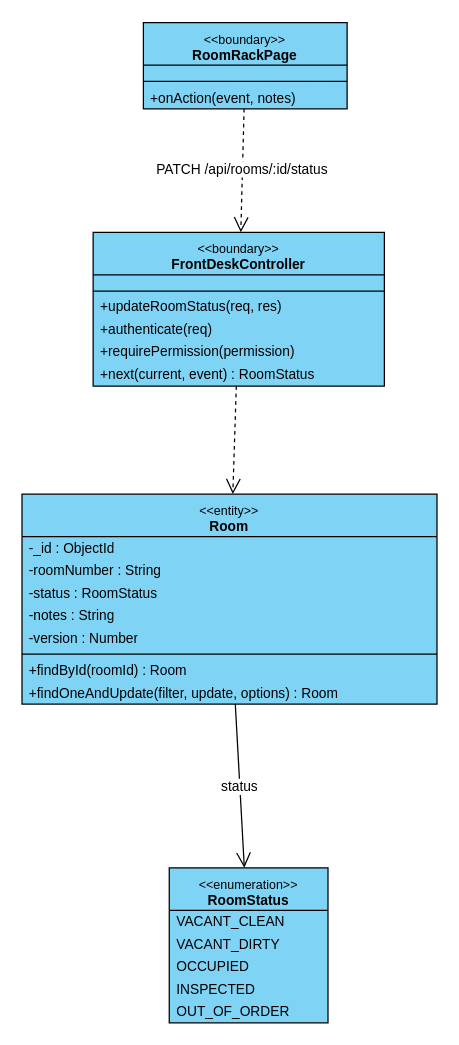
Before: final/diagrams/M1_Inventory-And-Pricing_Diagrams/class_diagrams/CD-02_UC-R13_UpdateRoomStatus.drawio in toikobi401/SWD392, a draw.io diagram. Source tidied: cells renumbered, new cells numbered last; positions are measured from the earlier drawing's top-left corner, leaving out a move shared by most shapes. Both pictures are drawn from the tidied source at 125%, with x=0, y=0 at pixel (21, 21).
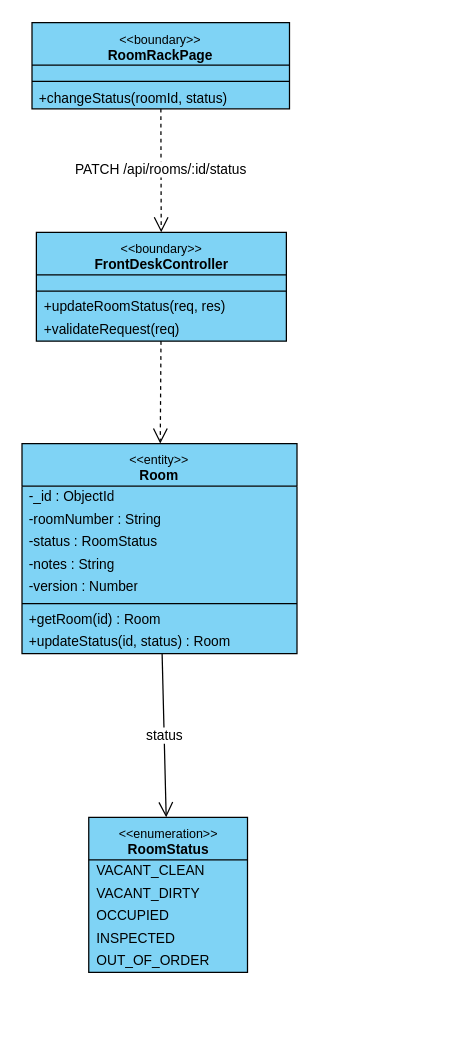
Above is the later version.

What changed in the source:
```diff
@@
     <mxCell id="2" value="&lt;font style=&quot;font-size:10px&quot;&gt;&amp;lt;&amp;lt;boundary&amp;gt;&amp;gt;&lt;/font&gt;&lt;br&gt;&lt;b&gt;RoomRackPage&lt;/b&gt;" style="swimlane;fontStyle=0;align=center;verticalAlign=top;horizontal=1;startSize=34;html=1;whiteSpace=wrap;fontSize=11;fillColor=#7fd3f5;swimlaneFillColor=#7fd3f5;strokeColor=#000000;" parent="1" vertex="1">
-      <mxGeometry x="97.2" y="0.5" width="163" height="69" as="geometry" />
+      <mxGeometry x="8.1" y="0.5" width="206" height="69" as="geometry" />
     </mxCell>
     <mxCell id="3" style="text;strokeColor=none;fillColor=none;html=1;" parent="2" vertex="1">
-      <mxGeometry y="34" width="163" height="9" as="geometry" />
+      <mxGeometry y="34" width="206" height="9" as="geometry" />
     </mxCell>
     <mxCell id="4" style="line;strokeWidth=1;fillColor=none;align=left;verticalAlign=middle;spacingTop=-1;spacingLeft=3;spacingRight=3;labelPosition=right;strokeColor=#000000;" parent="2" vertex="1">
-      <mxGeometry y="43" width="163" height="8" as="geometry" />
+      <mxGeometry y="43" width="206" height="8" as="geometry" />
     </mxCell>
-    <mxCell id="5" value="+onAction(event, notes)" style="text;strokeColor=none;fillColor=none;align=left;verticalAlign=middle;spacingLeft=4;spacingRight=4;overflow=hidden;whiteSpace=nowrap;html=1;fontSize=11;" parent="2" vertex="1">
-      <mxGeometry y="51" width="163" height="18" as="geometry" />
+    <mxCell id="5" value="+changeStatus(roomId, status)" style="text;strokeColor=none;fillColor=none;align=left;verticalAlign=middle;spacingLeft=4;spacingRight=4;overflow=hidden;whiteSpace=nowrap;html=1;fontSize=11;" parent="2" vertex="1">
+      <mxGeometry y="51" width="206" height="18" as="geometry" />
     </mxCell>
     <mxCell id="6" value="&lt;font style=&quot;font-size:10px&quot;&gt;&amp;lt;&amp;lt;boundary&amp;gt;&amp;gt;&lt;/font&gt;&lt;br&gt;&lt;b&gt;FrontDeskController&lt;/b&gt;" style="swimlane;fontStyle=0;align=center;verticalAlign=top;horizontal=1;startSize=34;html=1;whiteSpace=wrap;fontSize=11;fillColor=#7fd3f5;swimlaneFillColor=#7fd3f5;strokeColor=#000000;" parent="1" vertex="1">
-      <mxGeometry x="57" y="168.4" width="233" height="123" as="geometry" />
+      <mxGeometry x="11.6" y="168.4" width="200" height="87" as="geometry" />
     </mxCell>
     <mxCell id="7" style="text;strokeColor=none;fillColor=none;html=1;" parent="6" vertex="1">
-      <mxGeometry y="34" width="233" height="9" as="geometry" />
+      <mxGeometry y="34" width="200" height="9" as="geometry" />
     </mxCell>
     <mxCell id="8" style="line;strokeWidth=1;fillColor=none;align=left;verticalAlign=middle;spacingTop=-1;spacingLeft=3;spacingRight=3;labelPosition=right;strokeColor=#000000;" parent="6" vertex="1">
-      <mxGeometry y="43" width="233" height="8" as="geometry" />
+      <mxGeometry y="43" width="200" height="8" as="geometry" />
     </mxCell>
     <mxCell id="9" value="+updateRoomStatus(req, res)" style="text;strokeColor=none;fillColor=none;align=left;verticalAlign=middle;spacingLeft=4;spacingRight=4;overflow=hidden;whiteSpace=nowrap;html=1;fontSize=11;" parent="6" vertex="1">
-      <mxGeometry y="51" width="233" height="18" as="geometry" />
+      <mxGeometry y="51" width="200" height="18" as="geometry" />
     </mxCell>
-    <mxCell id="10" value="+authenticate(req)" style="text;strokeColor=none;fillColor=none;align=left;verticalAlign=middle;spacingLeft=4;spacingRight=4;overflow=hidden;whiteSpace=nowrap;html=1;fontSize=11;" parent="6" vertex="1">
-      <mxGeometry y="69" width="233" height="18" as="geometry" />
+    <mxCell id="10" value="+validateRequest(req)" style="text;strokeColor=none;fillColor=none;align=left;verticalAlign=middle;spacingLeft=4;spacingRight=4;overflow=hidden;whiteSpace=nowrap;html=1;fontSize=11;" parent="6" vertex="1">
+      <mxGeometry y="69" width="200" height="18" as="geometry" />
     </mxCell>
-    <mxCell id="11" value="+requirePermission(permission)" style="text;strokeColor=none;fillColor=none;align=left;verticalAlign=middle;spacingLeft=4;spacingRight=4;overflow=hidden;whiteSpace=nowrap;html=1;fontSize=11;" parent="6" vertex="1">
-      <mxGeometry y="87" width="233" height="18" as="geometry" />
-    </mxCell>
-    <mxCell id="12" value="+next(current, event) : RoomStatus" style="text;strokeColor=none;fillColor=none;align=left;verticalAlign=middle;spacingLeft=4;spacingRight=4;overflow=hidden;whiteSpace=nowrap;html=1;fontSize=11;" parent="6" vertex="1">
-      <mxGeometry y="105" width="233" height="18" as="geometry" />
-    </mxCell>
     <mxCell id="13" value="&lt;font style=&quot;font-size:10px&quot;&gt;&amp;lt;&amp;lt;entity&amp;gt;&amp;gt;&lt;/font&gt;&lt;br&gt;&lt;b&gt;Room&lt;/b&gt;" style="swimlane;fontStyle=0;align=center;verticalAlign=top;horizontal=1;startSize=34;html=1;whiteSpace=wrap;fontSize=11;fillColor=#7fd3f5;swimlaneFillColor=#7fd3f5;strokeColor=#000000;" parent="1" vertex="1">
-      <mxGeometry x="0.1" y="377.7" width="332" height="168" as="geometry" />
+      <mxGeometry x="0.1" y="337.4" width="220" height="168" as="geometry" />
     </mxCell>
     <mxCell id="14" value="-_id : ObjectId" style="text;strokeColor=none;fillColor=none;align=left;verticalAlign=middle;spacingLeft=4;spacingRight=4;overflow=hidden;whiteSpace=nowrap;html=1;fontSize=11;" parent="13" vertex="1">
-      <mxGeometry y="34" width="332" height="18" as="geometry" />
+      <mxGeometry y="34" width="220" height="18" as="geometry" />
     </mxCell>
     <mxCell id="15" value="-roomNumber : String" style="text;strokeColor=none;fillColor=none;align=left;verticalAlign=middle;spacingLeft=4;spacingRight=4;overflow=hidden;whiteSpace=nowrap;html=1;fontSize=11;" parent="13" vertex="1">
-      <mxGeometry y="52" width="332" height="18" as="geometry" />
+      <mxGeometry y="52" width="220" height="18" as="geometry" />
     </mxCell>
     <mxCell id="16" value="-status : RoomStatus" style="text;strokeColor=none;fillColor=none;align=left;verticalAlign=middle;spacingLeft=4;spacingRight=4;overflow=hidden;whiteSpace=nowrap;html=1;fontSize=11;" parent="13" vertex="1">
-      <mxGeometry y="70" width="332" height="18" as="geometry" />
+      <mxGeometry y="70" width="220" height="18" as="geometry" />
     </mxCell>
     <mxCell id="17" value="-notes : String" style="text;strokeColor=none;fillColor=none;align=left;verticalAlign=middle;spacingLeft=4;spacingRight=4;overflow=hidden;whiteSpace=nowrap;html=1;fontSize=11;" parent="13" vertex="1">
-      <mxGeometry y="88" width="332" height="18" as="geometry" />
+      <mxGeometry y="88" width="220" height="18" as="geometry" />
     </mxCell>
     <mxCell id="18" value="-version : Number" style="text;strokeColor=none;fillColor=none;align=left;verticalAlign=middle;spacingLeft=4;spacingRight=4;overflow=hidden;whiteSpace=nowrap;html=1;fontSize=11;" parent="13" vertex="1">
-      <mxGeometry y="106" width="332" height="18" as="geometry" />
+      <mxGeometry y="106" width="220" height="18" as="geometry" />
     </mxCell>
     <mxCell id="19" style="line;strokeWidth=1;fillColor=none;align=left;verticalAlign=middle;spacingTop=-1;spacingLeft=3;spacingRight=3;labelPosition=right;strokeColor=#000000;" parent="13" vertex="1">
-      <mxGeometry y="124" width="332" height="8" as="geometry" />
+      <mxGeometry y="124" width="220" height="8" as="geometry" />
     </mxCell>
-    <mxCell id="20" value="+findById(roomId) : Room" style="text;strokeColor=none;fillColor=none;align=left;verticalAlign=middle;spacingLeft=4;spacingRight=4;overflow=hidden;whiteSpace=nowrap;html=1;fontSize=11;" parent="13" vertex="1">
-      <mxGeometry y="132" width="332" height="18" as="geometry" />
+    <mxCell id="20" value="+getRoom(id) : Room" style="text;strokeColor=none;fillColor=none;align=left;verticalAlign=middle;spacingLeft=4;spacingRight=4;overflow=hidden;whiteSpace=nowrap;html=1;fontSize=11;" parent="13" vertex="1">
+      <mxGeometry y="132" width="220" height="18" as="geometry" />
     </mxCell>
-    <mxCell id="21" value="+findOneAndUpdate(filter, update, options) : Room" style="text;strokeColor=none;fillColor=none;align=left;verticalAlign=middle;spacingLeft=4;spacingRight=4;overflow=hidden;whiteSpace=nowrap;html=1;fontSize=11;" parent="13" vertex="1">
-      <mxGeometry y="150" width="332" height="18" as="geometry" />
+    <mxCell id="21" value="+updateStatus(id, status) : Room" style="text;strokeColor=none;fillColor=none;align=left;verticalAlign=middle;spacingLeft=4;spacingRight=4;overflow=hidden;whiteSpace=nowrap;html=1;fontSize=11;" parent="13" vertex="1">
+      <mxGeometry y="150" width="220" height="18" as="geometry" />
     </mxCell>
     <mxCell id="22" value="&lt;font style=&quot;font-size:10px&quot;&gt;&amp;lt;&amp;lt;enumeration&amp;gt;&amp;gt;&lt;/font&gt;&lt;br&gt;&lt;b&gt;RoomStatus&lt;/b&gt;" style="swimlane;fontStyle=0;align=center;verticalAlign=top;horizontal=1;startSize=34;html=1;whiteSpace=wrap;fontSize=11;fillColor=#7fd3f5;swimlaneFillColor=#7fd3f5;strokeColor=#000000;" parent="1" vertex="1">
-      <mxGeometry x="117.9" y="676.7" width="127" height="124" as="geometry" />
+      <mxGeometry x="53.5" y="636.4" width="127" height="124" as="geometry" />
     </mxCell>
```
